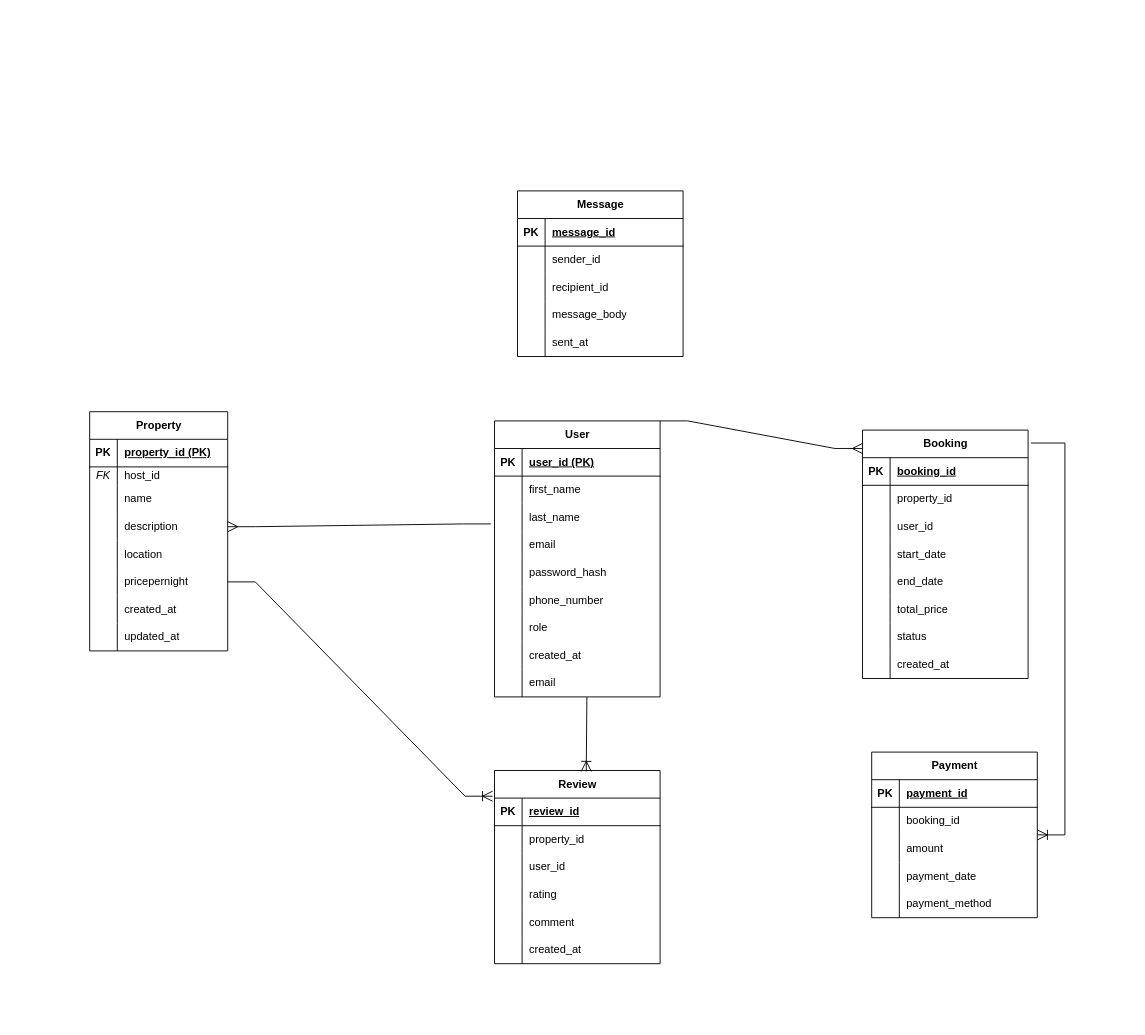
Above: ERD/airbnb-erd.drawio.drawio in James-Eghievha/alx-airbnb-database (draw.io), before the change. Source tidied: cells renumbered, new cells numbered last; positions are measured from the earlier drawing's top-left corner, leaving out a move shared by most shapes. Both pictures are drawn from the tidied source at 92%, with x=0, y=0 at pixel (89, 190).
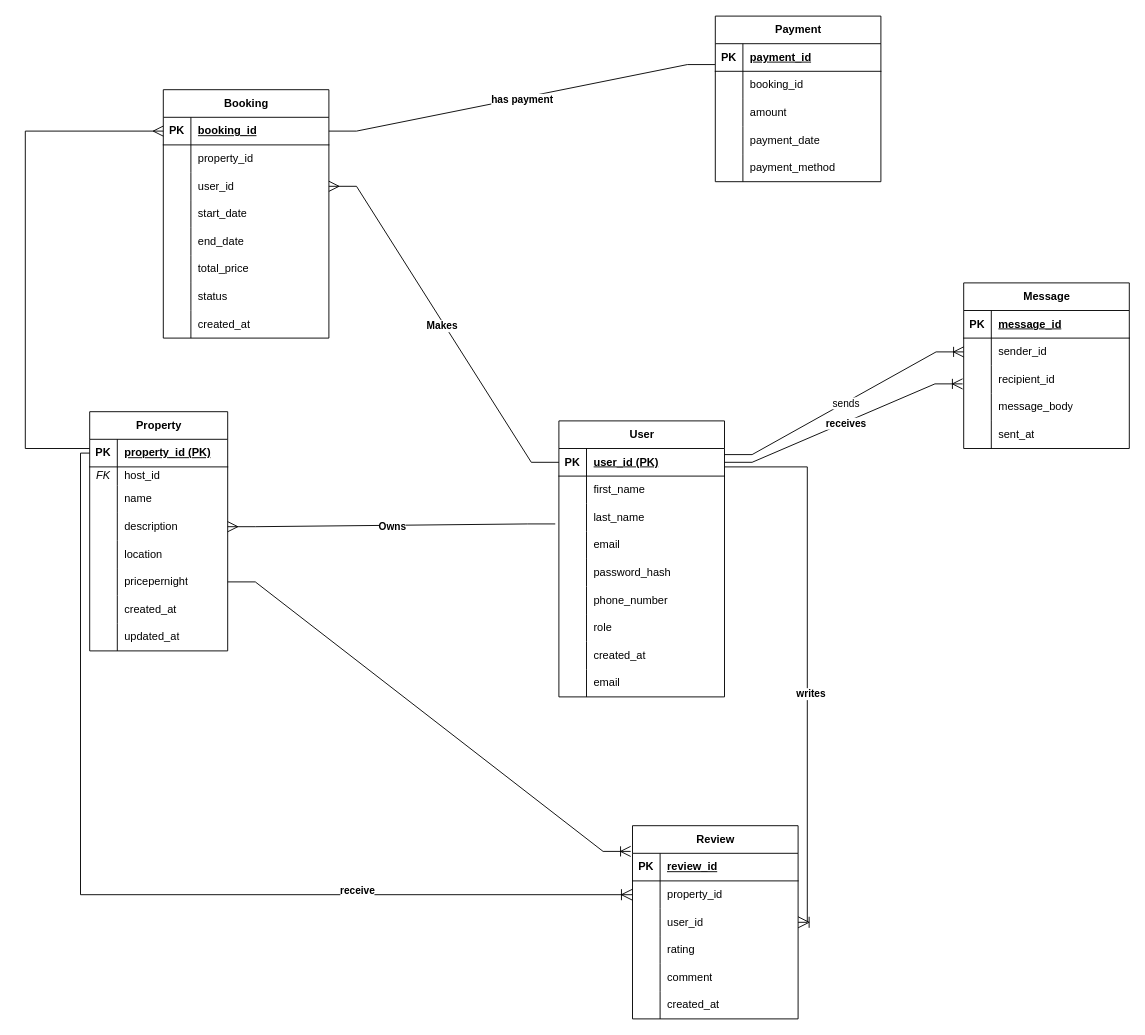
The same diagram, later.

Unchanged cells that the change refers to:
```xml
<mxCell id="3" style="shape=tableRow;horizontal=0;startSize=0;swimlaneHead=0;swimlaneBody=0;fillColor=none;points=[[0,0.5],[1,0.5]];portConstraint=eastwest;top=0;left=0;right=0;bottom=1;" parent="2" vertex="1">
  <mxGeometry y="30" width="180" height="30" as="geometry" />
</mxCell>
<mxCell id="27" style="shape=tableRow;horizontal=0;startSize=0;swimlaneHead=0;swimlaneBody=0;fillColor=none;points=[[0,0.5],[1,0.5]];portConstraint=eastwest;top=0;left=0;right=0;bottom=0;" parent="2" vertex="1">
  <mxGeometry y="270" width="180" height="30" as="geometry" />
</mxCell>
<mxCell id="31" style="shape=tableRow;horizontal=0;startSize=0;swimlaneHead=0;swimlaneBody=0;fillColor=none;points=[[0,0.5],[1,0.5]];portConstraint=eastwest;top=0;left=0;right=0;bottom=1;" parent="30" vertex="1">
  <mxGeometry y="30" width="150" height="30" as="geometry" />
</mxCell>
<mxCell id="56" style="shape=tableRow;horizontal=0;startSize=0;swimlaneHead=0;swimlaneBody=0;fillColor=none;points=[[0,0.5],[1,0.5]];portConstraint=eastwest;top=0;left=0;right=0;bottom=1;" parent="55" vertex="1">
  <mxGeometry y="30" width="180" height="30" as="geometry" />
</mxCell>
<mxCell id="62" style="shape=tableRow;horizontal=0;startSize=0;swimlaneHead=0;swimlaneBody=0;fillColor=none;points=[[0,0.5],[1,0.5]];portConstraint=eastwest;top=0;left=0;right=0;bottom=0;" parent="55" vertex="1">
  <mxGeometry y="90" width="180" height="30" as="geometry" />
</mxCell>
<mxCell id="81" style="shape=tableRow;horizontal=0;startSize=0;swimlaneHead=0;swimlaneBody=0;fillColor=none;points=[[0,0.5],[1,0.5]];portConstraint=eastwest;top=0;left=0;right=0;bottom=1;" parent="80" vertex="1">
  <mxGeometry y="30" width="180" height="30" as="geometry" />
</mxCell>
<mxCell id="100" style="shape=tableRow;horizontal=0;startSize=0;swimlaneHead=0;swimlaneBody=0;fillColor=none;points=[[0,0.5],[1,0.5]];portConstraint=eastwest;top=0;left=0;right=0;bottom=0;" parent="96" vertex="1">
  <mxGeometry y="60" width="180" height="30" as="geometry" />
</mxCell>
<mxCell id="103" style="shape=tableRow;horizontal=0;startSize=0;swimlaneHead=0;swimlaneBody=0;fillColor=none;points=[[0,0.5],[1,0.5]];portConstraint=eastwest;top=0;left=0;right=0;bottom=0;" parent="96" vertex="1">
  <mxGeometry y="90" width="180" height="30" as="geometry" />
</mxCell>
<mxCell id="119" style="shape=tableRow;horizontal=0;startSize=0;swimlaneHead=0;swimlaneBody=0;fillColor=none;points=[[0,0.5],[1,0.5]];portConstraint=eastwest;top=0;left=0;right=0;bottom=0;" parent="115" vertex="1">
  <mxGeometry y="60" width="180" height="30" as="geometry" />
</mxCell>
<mxCell id="122" style="shape=tableRow;horizontal=0;startSize=0;swimlaneHead=0;swimlaneBody=0;fillColor=none;points=[[0,0.5],[1,0.5]];portConstraint=eastwest;top=0;left=0;right=0;bottom=0;" parent="115" vertex="1">
  <mxGeometry y="90" width="180" height="30" as="geometry" />
</mxCell>
<mxCell id="131" style="edgeStyle=entityRelationEdgeStyle;fontSize=12;html=1;endArrow=ERmany;rounded=0;startSize=9;endSize=9;strokeWidth=1;exitX=-0.022;exitY=0.733;exitDx=0;exitDy=0;exitPerimeter=0;" parent="1" edge="1" source="9" target="40">
  <mxGeometry relative="1" as="geometry" />
</mxCell>
```

Diff of the diagram source:
```diff
@@
     <mxCell id="2" value="User" style="shape=table;startSize=30;childLayout=tableLayout;rowLines=0;fontStyle=1;align=center;html=1;" parent="1" vertex="1">
-      <mxGeometry x="440" y="250" width="180" height="300" as="geometry" />
+      <mxGeometry x="510" y="250" width="180" height="300" as="geometry" />
     </mxCell>
@@
     <mxCell id="55" value="Booking" style="shape=table;startSize=30;childLayout=tableLayout;rowLines=0;fontStyle=1;align=center;html=1;" parent="1" vertex="1">
-      <mxGeometry x="840" y="260" width="180" height="270" as="geometry" />
+      <mxGeometry x="80" y="-110" width="180" height="270" as="geometry" />
     </mxCell>
@@
     <mxCell id="80" value="Payment" style="shape=table;startSize=30;childLayout=tableLayout;rowLines=0;fontStyle=1;align=center;html=1;" parent="1" vertex="1">
-      <mxGeometry x="850" y="610" width="180" height="180" as="geometry" />
+      <mxGeometry x="680" y="-190" width="180" height="180" as="geometry" />
     </mxCell>
@@
     <mxCell id="96" value="Review" style="shape=table;startSize=30;childLayout=tableLayout;rowLines=0;fontStyle=1;align=center;html=1;" parent="1" vertex="1">
-      <mxGeometry x="440" y="630" width="180" height="210" as="geometry" />
+      <mxGeometry x="590" y="690" width="180" height="210" as="geometry" />
     </mxCell>
@@
     <mxCell id="115" value="Message" style="shape=table;startSize=30;childLayout=tableLayout;rowLines=0;fontStyle=1;align=center;html=1;" parent="1" vertex="1">
-      <mxGeometry x="465" width="180" height="180" as="geometry" />
+      <mxGeometry x="950" y="100" width="180" height="180" as="geometry" />
     </mxCell>
@@
+    <mxCell id="136" value="&lt;b&gt;Owns&lt;/b&gt;" style="edgeLabel;html=1;align=center;verticalAlign=middle;" parent="131" vertex="1">
+      <mxGeometry y="1" relative="1" as="geometry" />
+    </mxCell>
-    <mxCell id="132" style="edgeStyle=entityRelationEdgeStyle;fontSize=12;html=1;endArrow=ERmany;rounded=0;exitX=1;exitY=0;exitDx=0;exitDy=0;entryX=0;entryY=0.074;entryDx=0;entryDy=0;entryPerimeter=0;endSize=9;strokeWidth=1;" parent="1" edge="1" source="2" target="55">
+    <mxCell id="132" style="edgeStyle=entityRelationEdgeStyle;fontSize=12;html=1;endArrow=ERmany;rounded=0;endSize=9;strokeWidth=1;" parent="1" edge="1" source="3" target="62">
       <mxGeometry relative="1" as="geometry">
         <Array as="points">
           <mxPoint x="530" y="160" />
         </Array>
       </mxGeometry>
     </mxCell>
+    <mxCell id="137" value="&lt;b&gt;Makes&lt;/b&gt;" style="edgeLabel;html=1;align=center;verticalAlign=middle;" parent="132" vertex="1">
+      <mxGeometry y="3" relative="1" as="geometry" />
+    </mxCell>
-    <mxCell id="133" style="edgeStyle=entityRelationEdgeStyle;fontSize=12;html=1;endArrow=ERoneToMany;rounded=0;exitX=1.017;exitY=0.052;exitDx=0;exitDy=0;exitPerimeter=0;endSize=9;strokeWidth=1;" parent="1" edge="1" source="55" target="80">
+    <mxCell id="133" style="edgeStyle=entityRelationEdgeStyle;fontSize=12;html=1;endArrow=none;rounded=0;exitX=1;exitY=0.5;exitDx=0;exitDy=0;endSize=9;strokeWidth=1;entryX=-0.002;entryY=0.756;entryDx=0;entryDy=0;entryPerimeter=0;endFill=0;" parent="1" edge="1" source="56" target="81">
       <mxGeometry relative="1" as="geometry">
         <Array as="points">
           <mxPoint x="640" y="480" />
         </Array>
       </mxGeometry>
     </mxCell>
+    <mxCell id="138" value="&lt;b&gt;has payment&lt;/b&gt;" style="edgeLabel;html=1;align=center;verticalAlign=middle;" parent="133" vertex="1">
+      <mxGeometry y="-2" relative="1" as="geometry" />
+    </mxCell>
@@
-    <mxCell id="135" style="fontSize=12;html=1;endArrow=ERoneToMany;rounded=0;entryX=0.554;entryY=0.005;entryDx=0;entryDy=0;entryPerimeter=0;endSize=9;exitX=0.558;exitY=1.006;exitDx=0;exitDy=0;exitPerimeter=0;" parent="1" edge="1" source="27" target="96">
-      <mxGeometry relative="1" as="geometry" />
-    </mxCell>
+    <mxCell id="139" style="fontSize=12;html=1;endArrow=ERmany;rounded=0;entryX=0;entryY=0.5;entryDx=0;entryDy=0;edgeStyle=orthogonalEdgeStyle;endSize=9;" parent="1" edge="1" target="56">
+      <mxGeometry relative="1" as="geometry">
+        <mxPoint y="280" as="sourcePoint" />
+        <Array as="points">
+          <mxPoint x="-70" y="280" />
+          <mxPoint x="-70" y="-65" />
+        </Array>
+      </mxGeometry>
+    </mxCell>
+    <mxCell id="140" style="fontSize=12;html=1;endArrow=ERoneToMany;rounded=0;edgeStyle=orthogonalEdgeStyle;entryX=1;entryY=0.5;entryDx=0;entryDy=0;endSize=10;" parent="1" edge="1" target="103">
+      <mxGeometry relative="1" as="geometry">
+        <mxPoint x="690" y="300" as="sourcePoint" />
+        <Array as="points">
+          <mxPoint x="690" y="300" />
+          <mxPoint x="780" y="300" />
+          <mxPoint x="780" y="795" />
+        </Array>
+      </mxGeometry>
+    </mxCell>
+    <mxCell id="141" value="&lt;b&gt;writes&lt;/b&gt;" style="edgeLabel;html=1;align=center;verticalAlign=middle;" parent="140" vertex="1">
+      <mxGeometry x="0.13" y="3" relative="1" as="geometry" />
+    </mxCell>
+    <mxCell id="142" style="edgeStyle=orthogonalEdgeStyle;fontSize=12;html=1;endArrow=ERoneToMany;rounded=0;entryX=0;entryY=0.5;entryDx=0;entryDy=0;endSize=10;exitX=0;exitY=0.5;exitDx=0;exitDy=0;" parent="1" edge="1" source="31" target="100">
+      <mxGeometry relative="1" as="geometry" />
+    </mxCell>
+    <mxCell id="143" value="&lt;b&gt;receive&lt;/b&gt;" style="edgeLabel;html=1;align=center;verticalAlign=middle;" parent="142" vertex="1">
+      <mxGeometry x="0.45" y="5" relative="1" as="geometry" />
+    </mxCell>
+    <mxCell id="144" style="edgeStyle=entityRelationEdgeStyle;fontSize=12;html=1;endArrow=ERoneToMany;rounded=0;exitX=1;exitY=0.5;exitDx=0;exitDy=0;entryX=-0.007;entryY=0.659;entryDx=0;entryDy=0;entryPerimeter=0;endSize=9;" parent="1" edge="1" source="3" target="122">
+      <mxGeometry relative="1" as="geometry" />
+    </mxCell>
+    <mxCell id="145" value="&lt;b&gt;receives&lt;/b&gt;" style="edgeLabel;html=1;align=center;verticalAlign=middle;" parent="144" vertex="1">
+      <mxGeometry x="0.01" y="-1" relative="1" as="geometry" />
+    </mxCell>
+    <mxCell id="146" style="edgeStyle=entityRelationEdgeStyle;fontSize=12;html=1;endArrow=ERoneToMany;rounded=0;exitX=1;exitY=0.221;exitDx=0;exitDy=0;endSize=9;exitPerimeter=0;" parent="1" edge="1" source="3" target="119">
+      <mxGeometry relative="1" as="geometry" />
+    </mxCell>
+    <mxCell id="147" value="sends" style="edgeLabel;html=1;align=center;verticalAlign=middle;" parent="146" vertex="1">
+      <mxGeometry x="0.01" relative="1" as="geometry" />
+    </mxCell>
```
